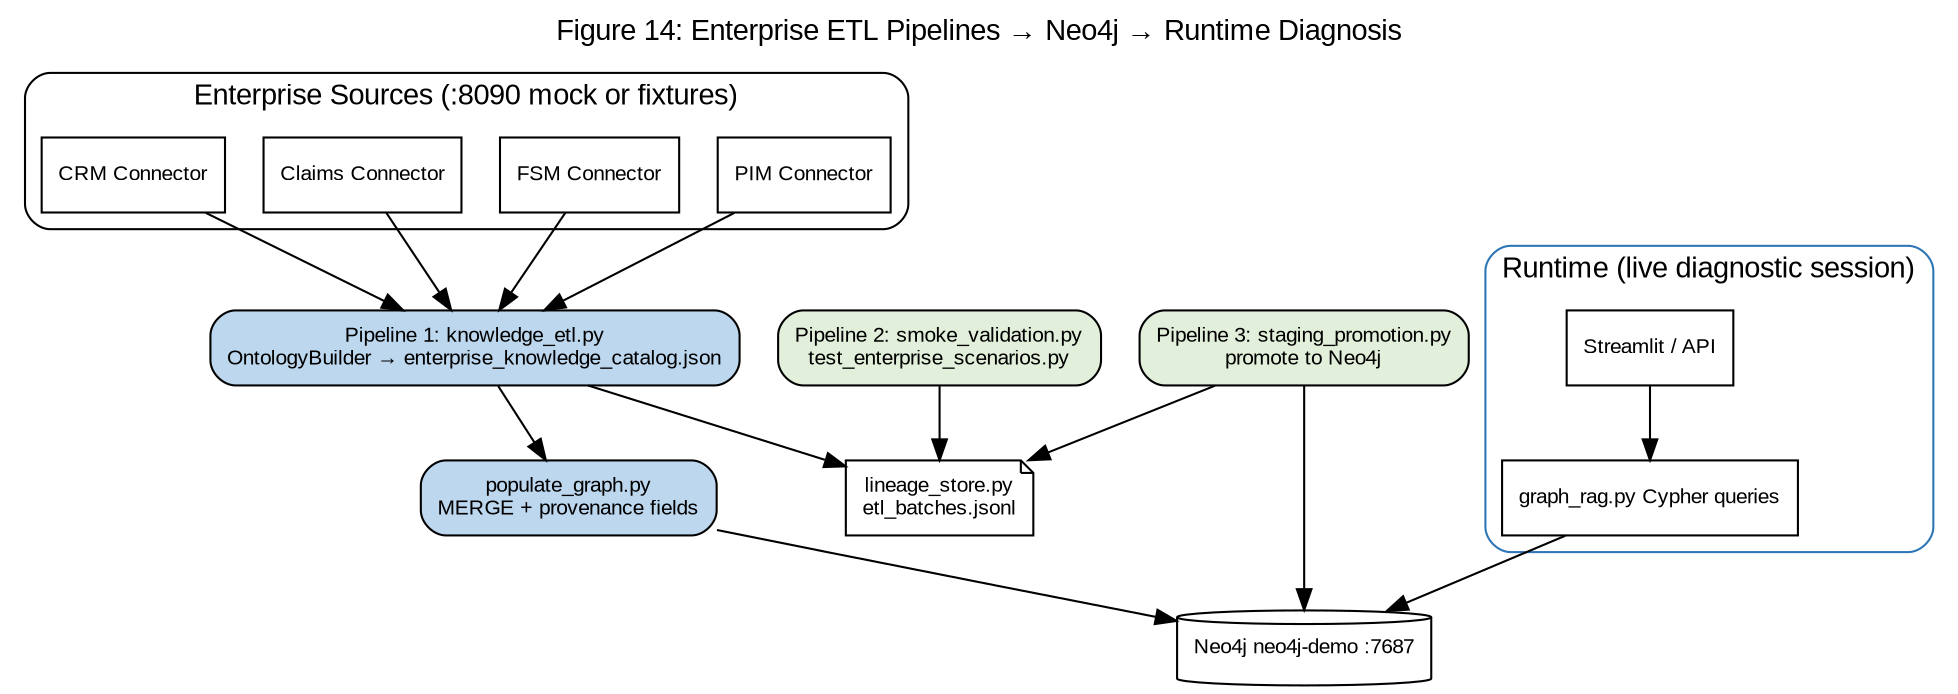
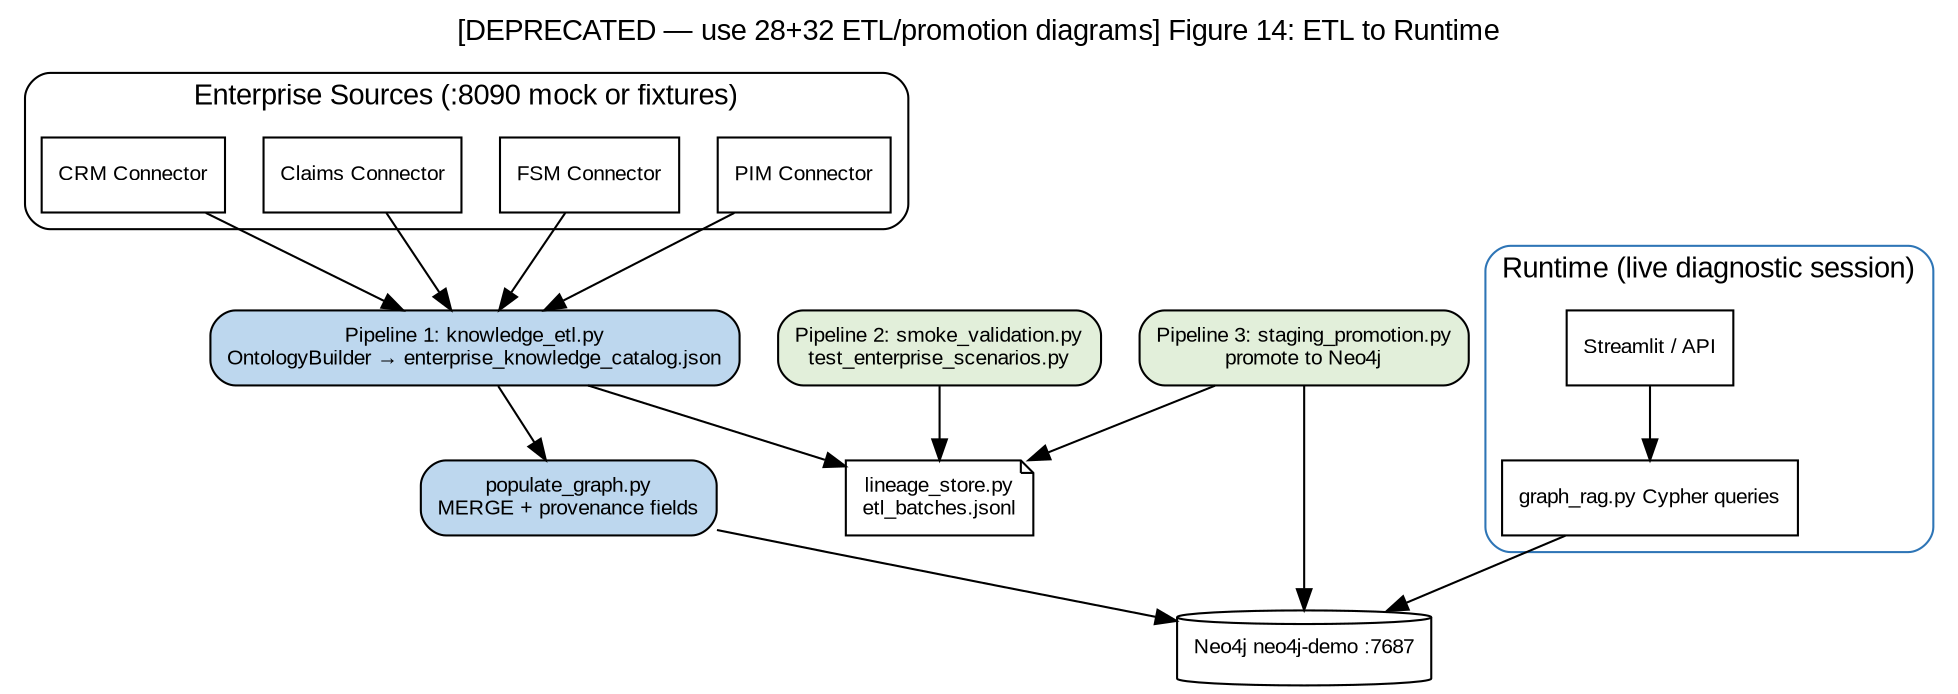
// Figure 14: ETL pipelines to runtime diagnosis (batch load → live query)
digraph ETLToRuntime {
  graph [
    rankdir=TB
-     label="Figure 14: Enterprise ETL Pipelines → Neo4j → Runtime Diagnosis"
+     label="[DEPRECATED — use 28+32 ETL/promotion diagrams] Figure 14: ETL to Runtime"
    labelloc=t
    fontsize=14
    fontname="Arial"
    bgcolor="white"
  ]
  node [fontname="Arial", fontsize=10]
  edge [fontname="Arial", fontsize=9]

  subgraph cluster_sources {
    label="Enterprise Sources (:8090 mock or fixtures)"
    style=rounded
    PIM [label="PIM Connector", shape=box, fillcolor="#FFF2CC"]
    FSM [label="FSM Connector", shape=box, fillcolor="#FFF2CC"]
    CLM [label="Claims Connector", shape=box, fillcolor="#FFF2CC"]
    CRM [label="CRM Connector", shape=box, fillcolor="#FFF2CC"]
  }

  P1 [label="Pipeline 1: knowledge_etl.py\nOntologyBuilder → enterprise_knowledge_catalog.json", shape=box, style="rounded,filled", fillcolor="#BDD7EE"]
  POP [label="populate_graph.py\nMERGE + provenance fields", shape=box, style="rounded,filled", fillcolor="#BDD7EE"]
  P2 [label="Pipeline 2: smoke_validation.py\ntest_enterprise_scenarios.py", shape=box, style="rounded,filled", fillcolor="#E2EFDA"]
  P3 [label="Pipeline 3: staging_promotion.py\npromote to Neo4j", shape=box, style="rounded,filled", fillcolor="#E2EFDA"]
  LINE [label="lineage_store.py\netl_batches.jsonl", shape=note, fillcolor="#F5F5F5"]
  NEO [label="Neo4j neo4j-demo :7687", shape=cylinder, fillcolor="#FCE4D6"]

  subgraph cluster_runtime {
    label="Runtime (live diagnostic session)"
    style=rounded
    color="#2E75B6"
    UI [label="Streamlit / API", shape=box, fillcolor="#D5E8F0"]
    GR [label="graph_rag.py Cypher queries", shape=box, fillcolor="#C6E0B4"]
  }

  PIM -> P1
  FSM -> P1
  CLM -> P1
  CRM -> P1
  P1 -> POP -> NEO
  P1 -> LINE
  P2 -> LINE
  P3 -> NEO
  P3 -> LINE
  UI -> GR -> NEO
}